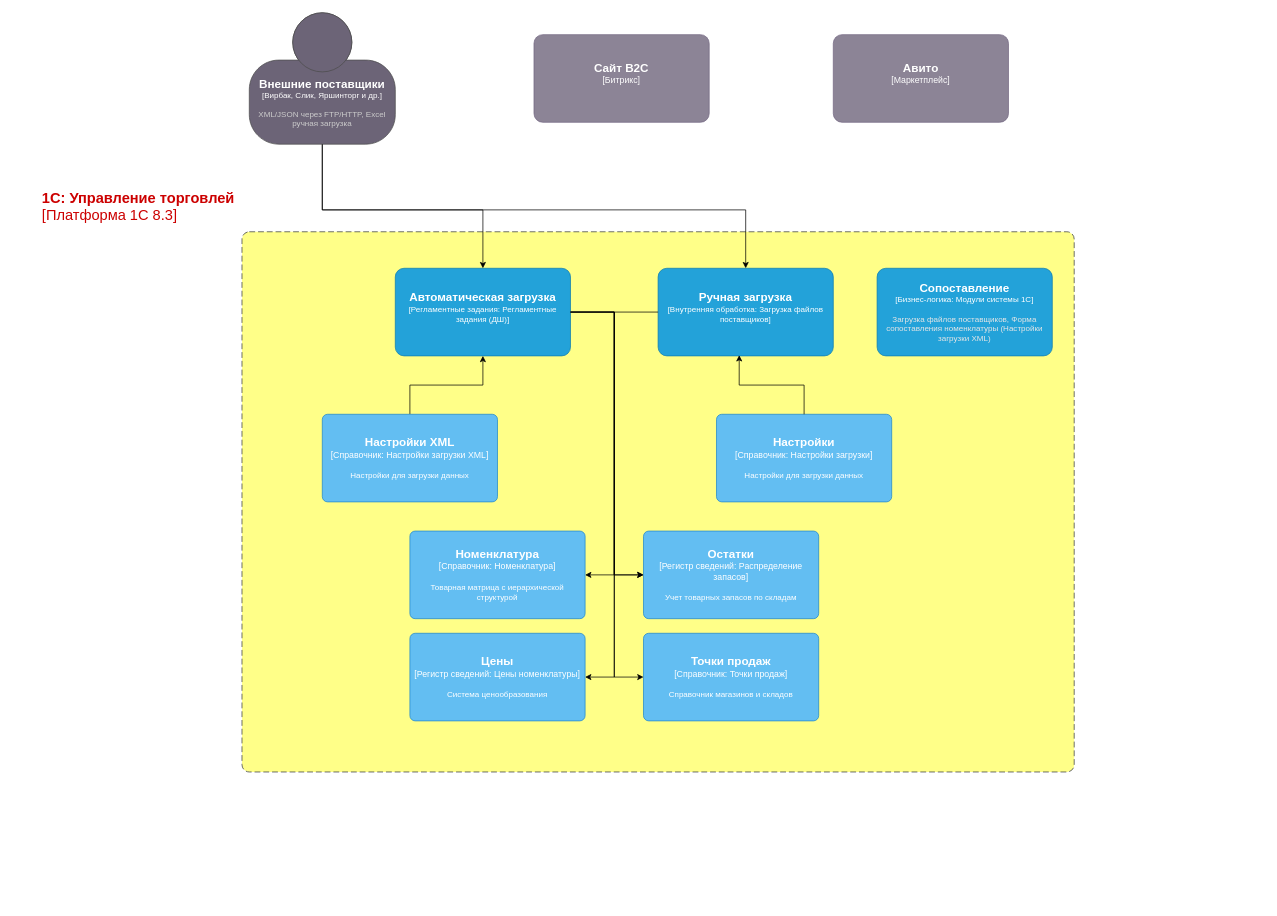
Before: Общая архитектура платформы Дон-Шина.drawio in OlegM161/dakar, a draw.io diagram. Source tidied: cells renumbered, new cells numbered last; positions are measured from the earlier drawing's top-left corner, leaving out a move shared by most shapes. Both pictures are drawn from the tidied source at 73%, with x=0, y=0 at pixel (242, 12).
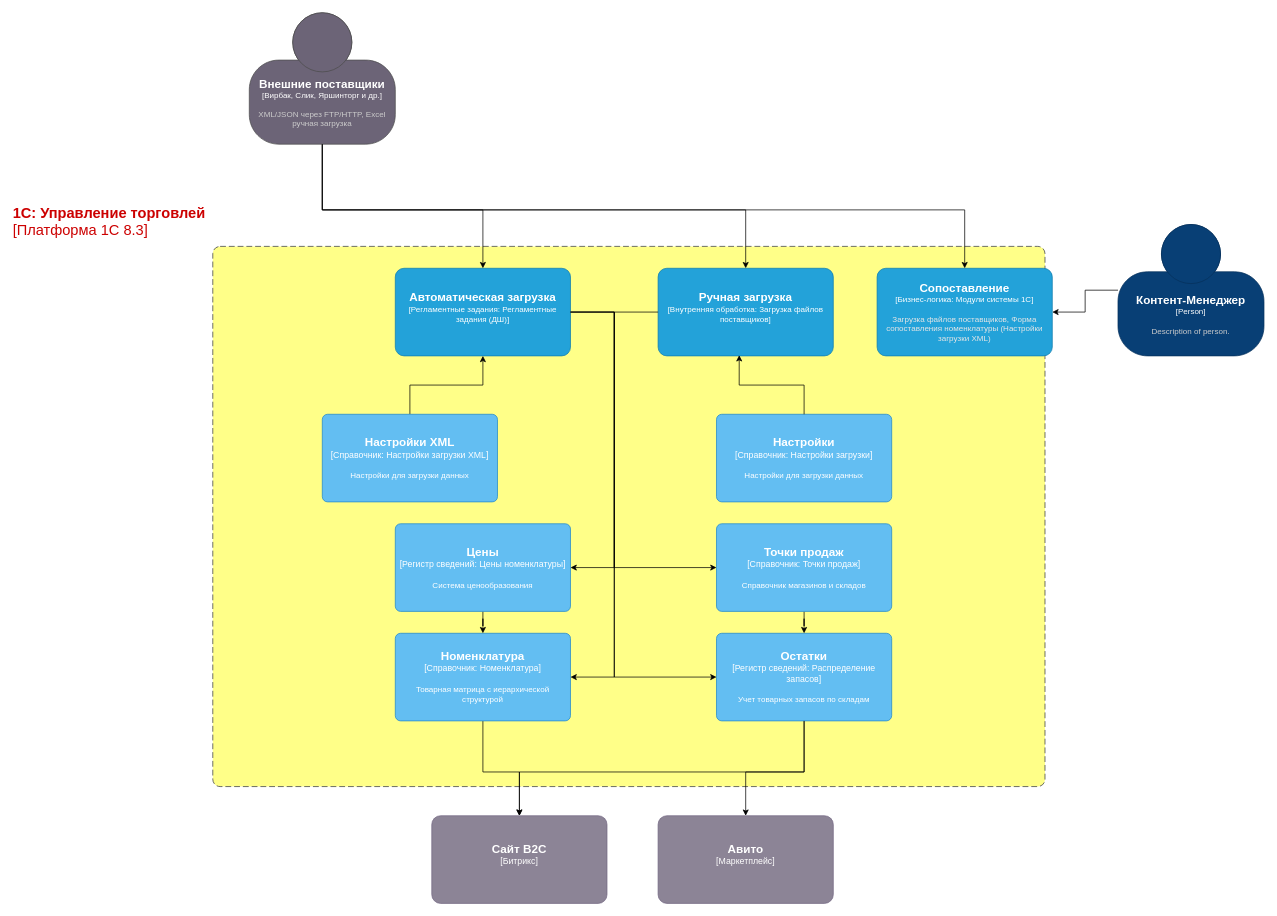
After the change.

Unchanged cells that the change refers to:
```xml
<object id="4" label="&lt;font style=&quot;font-size: 16px&quot;&gt;&lt;b&gt;%c4Name%&lt;/b&gt;&lt;/font&gt;&lt;div&gt;[%c4Type%]&lt;/div&gt;&lt;br&gt;&lt;div&gt;&lt;font style=&quot;font-size: 11px&quot;&gt;&lt;font color=&quot;#cccccc&quot;&gt;%c4Description%&lt;/font&gt;&lt;/div&gt;" c4Description="XML/JSON через FTP/HTTP, Excel ручная загрузка" c4Name="Внешние поставщики" c4Type="Вирбак, Слик, Яршинторг и др." placeholders="1">
  <mxCell style="html=1;fontSize=11;dashed=0;whiteSpace=wrap;fillColor=#6C6477;strokeColor=#4D4D4D;fontColor=#ffffff;shape=mxgraph.c4.person2;align=center;points=[[0.5,0,0],[1,0.5,0],[1,0.75,0],[0.75,1,0],[0.5,1,0],[0.25,1,0],[0,0.75,0],[0,0.5,0]];" parent="1" vertex="1">
    <mxGeometry x="10" width="200" height="180" as="geometry" />
  </mxCell>
</object>
<object id="5" label="&lt;font style=&quot;font-size: 16px&quot;&gt;&lt;b&gt;%c4Name%&lt;/b&gt;&lt;/font&gt;&lt;div&gt;[%c4Type%: %c4Technology%]&lt;/div&gt;&lt;br&gt;&lt;div&gt;&lt;font style=&quot;font-size: 11px&quot;&gt;&lt;font color=&quot;#E6E6E6&quot;&gt;%c4Description%&lt;/font&gt;&lt;/div&gt;" c4Description="" c4Name="Автоматическая загрузка" c4Technology="Регламентные задания (ДШ)" c4Type="Регламентные задания" placeholders="1">
  <mxCell style="rounded=1;whiteSpace=wrap;html=1;fontSize=11;labelBackgroundColor=none;fillColor=#23A2D9;fontColor=#ffffff;align=center;arcSize=10;strokeColor=#0E7DAD;points=[[0.25,0,0],[0.5,0,0],[0.75,0,0],[1,0.25,0],[1,0.5,0],[1,0.75,0],[0.75,1,0],[0.5,1,0],[0.25,1,0],[0,0.75,0],[0,0.5,0],[0,0.25,0]];" parent="1" vertex="1">
    <mxGeometry x="210" y="350" width="240" height="120" as="geometry" />
  </mxCell>
</object>
<object id="6" label="&lt;font style=&quot;font-size: 16px&quot;&gt;&lt;b&gt;%c4Name%&lt;/b&gt;&lt;/font&gt;&lt;div&gt;[%c4Type%: %c4Technology%]&lt;/div&gt;&lt;br&gt;&lt;div&gt;&lt;font style=&quot;font-size: 11px&quot;&gt;&lt;font color=&quot;#E6E6E6&quot;&gt;%c4Description%&lt;/font&gt;&lt;/div&gt;" c4Description="" c4Name="Ручная загрузка" c4Technology="Загрузка файлов поставщиков" c4Type="Внутренняя обработка" placeholders="1">
  <mxCell style="rounded=1;whiteSpace=wrap;html=1;fontSize=11;labelBackgroundColor=none;fillColor=#23A2D9;fontColor=#ffffff;align=center;arcSize=10;strokeColor=#0E7DAD;points=[[0.25,0,0],[0.5,0,0],[0.75,0,0],[1,0.25,0],[1,0.5,0],[1,0.75,0],[0.75,1,0],[0.5,1,0],[0.25,1,0],[0,0.75,0],[0,0.5,0],[0,0.25,0]];" parent="1" vertex="1">
    <mxGeometry x="570" y="350" width="240" height="120" as="geometry" />
  </mxCell>
</object>
<object id="9" label="&lt;font style=&quot;font-size: 16px&quot;&gt;&lt;b&gt;%c4Name%&lt;/b&gt;&lt;/font&gt;&lt;div&gt;[%c4Type%: %c4Technology%]&lt;/div&gt;&lt;br&gt;&lt;div&gt;&lt;font style=&quot;font-size: 11px&quot;&gt;&lt;font color=&quot;#E6E6E6&quot;&gt;%c4Description%&lt;/font&gt;&lt;/div&gt;" c4Description="Загрузка файлов поставщиков, Форма сопоставления номенклатуры (Настройки загрузки XML)" c4Name="Сопоставление" c4Technology="Модули системы 1С" c4Type="Бизнес-логика" placeholders="1">
  <mxCell style="rounded=1;whiteSpace=wrap;html=1;fontSize=11;labelBackgroundColor=none;fillColor=#23A2D9;fontColor=#ffffff;align=center;arcSize=10;strokeColor=#0E7DAD;points=[[0.25,0,0],[0.5,0,0],[0.75,0,0],[1,0.25,0],[1,0.5,0],[1,0.75,0],[0.75,1,0],[0.5,1,0],[0.25,1,0],[0,0.75,0],[0,0.5,0],[0,0.25,0]];" parent="1" vertex="1">
    <mxGeometry x="870" y="350" width="240" height="120" as="geometry" />
  </mxCell>
</object>
```

Change to the diagram source:
```diff
@@
     <object id="2" label="&lt;font&gt;&lt;b&gt;&lt;div style=&quot;text-align: left&quot;&gt;%c4Name%&lt;/div&gt;&lt;/b&gt;&lt;/font&gt;&lt;div style=&quot;text-align: left&quot;&gt;[%c4Application%]&lt;/div&gt;" c4Application="Платформа 1С 8.3" c4Name="1C: Управление торговлей" placeholders="1">
       <mxCell style="rounded=1;fontSize=20;whiteSpace=wrap;html=1;dashed=1;arcSize=20;fillColor=#ffff88;strokeColor=#36393d;labelBackgroundColor=none;align=right;verticalAlign=bottom;labelBorderColor=none;spacingTop=0;spacing=10;dashPattern=8 4;perimeter=rectanglePerimeter;labelPadding=0;absoluteArcSize=1;labelPosition=left;verticalLabelPosition=top;fontColor=#CC0000;" parent="1" vertex="1">
-        <mxGeometry y="300" width="1140" height="740" as="geometry" />
+        <mxGeometry x="-40" y="320" width="1140" height="740" as="geometry" />
       </mxCell>
     </object>
@@
     <object id="7" label="&lt;font style=&quot;font-size: 16px&quot;&gt;&lt;b&gt;%c4Name%&lt;/b&gt;&lt;/font&gt;&lt;div&gt;[%c4Type%]&lt;/div&gt;&lt;br&gt;&lt;div&gt;&lt;font style=&quot;font-size: 11px&quot;&gt;&lt;font color=&quot;#cccccc&quot;&gt;%c4Description%&lt;/font&gt;&lt;/div&gt;" c4Description="" c4Name="Авито" c4Type="Маркетплейс" placeholders="1">
       <mxCell style="rounded=1;whiteSpace=wrap;html=1;labelBackgroundColor=none;fillColor=#8C8496;fontColor=#ffffff;align=center;arcSize=10;strokeColor=#736782;points=[[0.25,0,0],[0.5,0,0],[0.75,0,0],[1,0.25,0],[1,0.5,0],[1,0.75,0],[0.75,1,0],[0.5,1,0],[0.25,1,0],[0,0.75,0],[0,0.5,0],[0,0.25,0]];" parent="1" vertex="1">
-        <mxGeometry x="810" y="30" width="240" height="120" as="geometry" />
+        <mxGeometry x="570" y="1100" width="240" height="120" as="geometry" />
       </mxCell>
     </object>
     <object id="8" label="&lt;font style=&quot;font-size: 16px&quot;&gt;&lt;b&gt;%c4Name%&lt;/b&gt;&lt;/font&gt;&lt;div&gt;[%c4Type%]&lt;/div&gt;&lt;br&gt;&lt;div&gt;&lt;font style=&quot;font-size: 11px&quot;&gt;&lt;font color=&quot;#cccccc&quot;&gt;%c4Description%&lt;/font&gt;&lt;/div&gt;" c4Description="" c4Name="Сайт B2C" c4Type="Битрикс" placeholders="1">
       <mxCell style="rounded=1;whiteSpace=wrap;html=1;labelBackgroundColor=none;fillColor=#8C8496;fontColor=#ffffff;align=center;arcSize=10;strokeColor=#736782;points=[[0.25,0,0],[0.5,0,0],[0.75,0,0],[1,0.25,0],[1,0.5,0],[1,0.75,0],[0.75,1,0],[0.5,1,0],[0.25,1,0],[0,0.75,0],[0,0.5,0],[0,0.25,0]];" parent="1" vertex="1">
-        <mxGeometry x="400" y="30" width="240" height="120" as="geometry" />
+        <mxGeometry x="260" y="1100" width="240" height="120" as="geometry" />
       </mxCell>
     </object>
@@
+    <mxCell id="24" style="edgeStyle=orthogonalEdgeStyle;rounded=0;jettySize=auto;html=1;" parent="1" edge="1" source="10" target="8">
+      <mxGeometry relative="1" as="geometry">
+        <Array as="points">
+          <mxPoint x="330" y="1040" />
+          <mxPoint x="380" y="1040" />
+        </Array>
+      </mxGeometry>
+    </mxCell>
     <object id="10" label="&lt;font style=&quot;font-size: 16px&quot;&gt;&lt;b&gt;%c4Name%&lt;/b&gt;&lt;/font&gt;&lt;div&gt;[%c4Type%: %c4Technology%]&lt;/div&gt;&lt;br&gt;&lt;div&gt;&lt;font style=&quot;font-size: 11px&quot;&gt;%c4Description%&lt;/font&gt;&lt;/div&gt;" c4Description="Товарная матрица с иерархической структурой" c4Name="Номенклатура" c4Technology="Номенклатура" c4Type="Справочник" placeholders="1">
       <mxCell style="rounded=1;whiteSpace=wrap;html=1;labelBackgroundColor=none;fillColor=#63BEF2;fontColor=#ffffff;align=center;arcSize=6;strokeColor=#2086C9;points=[[0.25,0,0],[0.5,0,0],[0.75,0,0],[1,0.25,0],[1,0.5,0],[1,0.75,0],[0.75,1,0],[0.5,1,0],[0.25,1,0],[0,0.75,0],[0,0.5,0],[0,0.25,0]];" parent="1" vertex="1">
-        <mxGeometry x="230" y="710" width="240" height="120" as="geometry" />
+        <mxGeometry x="210" y="850" width="240" height="120" as="geometry" />
       </mxCell>
     </object>
+    <mxCell id="25" style="edgeStyle=orthogonalEdgeStyle;rounded=0;jettySize=auto;html=1;" parent="1" edge="1" source="11" target="10">
+      <mxGeometry relative="1" as="geometry" />
+    </mxCell>
     <object id="11" label="&lt;font style=&quot;font-size: 16px&quot;&gt;&lt;b&gt;%c4Name%&lt;/b&gt;&lt;/font&gt;&lt;div&gt;[%c4Type%: %c4Technology%]&lt;/div&gt;&lt;br&gt;&lt;div&gt;&lt;font style=&quot;font-size: 11px&quot;&gt;%c4Description%&lt;/font&gt;&lt;/div&gt;" c4Description="Система ценообразования" c4Name="Цены" c4Technology="Цены номенклатуры" c4Type="Регистр сведений" placeholders="1">
       <mxCell style="rounded=1;whiteSpace=wrap;html=1;labelBackgroundColor=none;fillColor=#63BEF2;fontColor=#ffffff;align=center;arcSize=6;strokeColor=#2086C9;points=[[0.25,0,0],[0.5,0,0],[0.75,0,0],[1,0.25,0],[1,0.5,0],[1,0.75,0],[0.75,1,0],[0.5,1,0],[0.25,1,0],[0,0.75,0],[0,0.5,0],[0,0.25,0]];" parent="1" vertex="1">
-        <mxGeometry x="230" y="850" width="240" height="120" as="geometry" />
+        <mxGeometry x="210" y="700" width="240" height="120" as="geometry" />
       </mxCell>
     </object>
+    <mxCell id="26" style="edgeStyle=orthogonalEdgeStyle;rounded=0;jettySize=auto;html=1;" parent="1" edge="1" source="12" target="7">
+      <mxGeometry relative="1" as="geometry">
+        <Array as="points">
+          <mxPoint x="770" y="1040" />
+          <mxPoint x="690" y="1040" />
+        </Array>
+      </mxGeometry>
+    </mxCell>
     <object id="12" label="&lt;font style=&quot;font-size: 16px&quot;&gt;&lt;b&gt;%c4Name%&lt;/b&gt;&lt;/font&gt;&lt;div&gt;[%c4Type%: %c4Technology%]&lt;/div&gt;&lt;br&gt;&lt;div&gt;&lt;font style=&quot;font-size: 11px&quot;&gt;%c4Description%&lt;/font&gt;&lt;/div&gt;" c4Description="Учет товарных запасов по складам" c4Name="Остатки" c4Technology="Распределение запасов" c4Type="Регистр сведений" placeholders="1">
       <mxCell style="rounded=1;whiteSpace=wrap;html=1;labelBackgroundColor=none;fillColor=#63BEF2;fontColor=#ffffff;align=center;arcSize=6;strokeColor=#2086C9;points=[[0.25,0,0],[0.5,0,0],[0.75,0,0],[1,0.25,0],[1,0.5,0],[1,0.75,0],[0.75,1,0],[0.5,1,0],[0.25,1,0],[0,0.75,0],[0,0.5,0],[0,0.25,0]];" parent="1" vertex="1">
-        <mxGeometry x="550" y="710" width="240" height="120" as="geometry" />
+        <mxGeometry x="650" y="850" width="240" height="120" as="geometry" />
       </mxCell>
     </object>
+    <mxCell id="27" style="edgeStyle=orthogonalEdgeStyle;rounded=0;jettySize=auto;html=1;" parent="1" edge="1" source="13" target="12">
+      <mxGeometry relative="1" as="geometry" />
+    </mxCell>
     <object id="13" label="&lt;font style=&quot;font-size: 16px&quot;&gt;&lt;b&gt;%c4Name%&lt;/b&gt;&lt;/font&gt;&lt;div&gt;[%c4Type%: %c4Technology%]&lt;/div&gt;&lt;br&gt;&lt;div&gt;&lt;font style=&quot;font-size: 11px&quot;&gt;%c4Description%&lt;/font&gt;&lt;/div&gt;" c4Description="Cправочник магазинов и складов" c4Name="Точки продаж" c4Technology="Точки продаж" c4Type="Справочник" placeholders="1">
       <mxCell style="rounded=1;whiteSpace=wrap;html=1;labelBackgroundColor=none;fillColor=#63BEF2;fontColor=#ffffff;align=center;arcSize=6;strokeColor=#2086C9;points=[[0.25,0,0],[0.5,0,0],[0.75,0,0],[1,0.25,0],[1,0.5,0],[1,0.75,0],[0.75,1,0],[0.5,1,0],[0.25,1,0],[0,0.75,0],[0,0.5,0],[0,0.25,0]];" parent="1" vertex="1">
-        <mxGeometry x="550" y="850" width="240" height="120" as="geometry" />
+        <mxGeometry x="650" y="700" width="240" height="120" as="geometry" />
       </mxCell>
     </object>
@@
-    <mxCell id="18" style="edgeStyle=orthogonalEdgeStyle;rounded=0;jettySize=auto;html=1;entryX=1;entryY=0.5;entryDx=0;entryDy=0;entryPerimeter=0;exitX=1;exitY=0.5;exitDx=0;exitDy=0;exitPerimeter=0;" parent="1" edge="1" source="5" target="10">
-      <mxGeometry relative="1" as="geometry">
-        <Array as="points">
-          <mxPoint x="510" y="410" />
-          <mxPoint x="510" y="770" />
-        </Array>
-      </mxGeometry>
-    </mxCell>
     <mxCell id="19" style="edgeStyle=orthogonalEdgeStyle;rounded=0;jettySize=auto;html=1;entryX=1;entryY=0.5;entryDx=0;entryDy=0;entryPerimeter=0;exitX=1;exitY=0.5;exitDx=0;exitDy=0;exitPerimeter=0;" parent="1" edge="1" source="5" target="11">
       <mxGeometry relative="1" as="geometry">
         <Array as="points">
           <mxPoint x="510" y="410" />
-          <mxPoint x="510" y="910" />
+          <mxPoint x="510" y="760" />
         </Array>
       </mxGeometry>
     </mxCell>
-    <mxCell id="20" style="edgeStyle=orthogonalEdgeStyle;rounded=0;jettySize=auto;html=1;entryX=0;entryY=0.5;entryDx=0;entryDy=0;entryPerimeter=0;" parent="1" edge="1" source="5" target="12">
+    <mxCell id="20" style="edgeStyle=orthogonalEdgeStyle;rounded=0;jettySize=auto;html=1;entryX=1;entryY=0.5;entryDx=0;entryDy=0;entryPerimeter=0;" parent="1" edge="1" source="5" target="10">
       <mxGeometry relative="1" as="geometry">
         <Array as="points">
           <mxPoint x="510" y="410" />
-          <mxPoint x="510" y="770" />
+          <mxPoint x="510" y="910" />
         </Array>
       </mxGeometry>
     </mxCell>
     <mxCell id="21" style="edgeStyle=orthogonalEdgeStyle;rounded=0;jettySize=auto;html=1;entryX=0;entryY=0.5;entryDx=0;entryDy=0;entryPerimeter=0;" parent="1" edge="1" source="5" target="13">
       <mxGeometry relative="1" as="geometry">
         <Array as="points">
           <mxPoint x="510" y="410" />
-          <mxPoint x="510" y="910" />
+          <mxPoint x="510" y="760" />
         </Array>
       </mxGeometry>
     </mxCell>
     <mxCell id="22" style="edgeStyle=orthogonalEdgeStyle;rounded=0;jettySize=auto;html=1;entryX=0;entryY=0.5;entryDx=0;entryDy=0;entryPerimeter=0;exitX=0;exitY=0.5;exitDx=0;exitDy=0;exitPerimeter=0;" parent="1" edge="1" source="6" target="12">
       <mxGeometry relative="1" as="geometry">
         <Array as="points">
           <mxPoint x="510" y="410" />
-          <mxPoint x="510" y="770" />
+          <mxPoint x="510" y="910" />
         </Array>
       </mxGeometry>
     </mxCell>
@@
+    <mxCell id="28" style="edgeStyle=orthogonalEdgeStyle;rounded=0;jettySize=auto;html=1;" parent="1" edge="1" source="29" target="9">
+      <mxGeometry relative="1" as="geometry" />
+    </mxCell>
+    <object id="29" label="&lt;font style=&quot;font-size: 16px&quot;&gt;&lt;b&gt;%c4Name%&lt;/b&gt;&lt;/font&gt;&lt;div&gt;[%c4Type%]&lt;/div&gt;&lt;br&gt;&lt;div&gt;&lt;font style=&quot;font-size: 11px&quot;&gt;&lt;font color=&quot;#cccccc&quot;&gt;%c4Description%&lt;/font&gt;&lt;/div&gt;" c4Description="Description of person." c4Name="Контент-Менеджер" c4Type="Person" placeholders="1">
+      <mxCell style="html=1;fontSize=11;dashed=0;whiteSpace=wrap;fillColor=#083F75;strokeColor=#06315C;fontColor=#ffffff;shape=mxgraph.c4.person2;align=center;points=[[0.5,0,0],[1,0.5,0],[1,0.75,0],[0.75,1,0],[0.5,1,0],[0.25,1,0],[0,0.75,0],[0,0.5,0]];" parent="1" vertex="1">
+        <mxGeometry x="1200" y="290" width="200" height="180" as="geometry" />
+      </mxCell>
+    </object>
+    <mxCell id="30" style="edgeStyle=orthogonalEdgeStyle;rounded=0;jettySize=auto;html=1;entryX=0.5;entryY=0;entryDx=0;entryDy=0;entryPerimeter=0;exitX=0.5;exitY=1;exitDx=0;exitDy=0;exitPerimeter=0;" parent="1" edge="1" source="4" target="9">
+      <mxGeometry relative="1" as="geometry">
+        <Array as="points">
+          <mxPoint x="110" y="270" />
+          <mxPoint x="990" y="270" />
+        </Array>
+      </mxGeometry>
+    </mxCell>
+    <mxCell id="31" style="edgeStyle=orthogonalEdgeStyle;rounded=0;jettySize=auto;html=1;entryX=0.5;entryY=0;entryDx=0;entryDy=0;entryPerimeter=0;" parent="1" edge="1" source="12" target="8">
+      <mxGeometry relative="1" as="geometry">
+        <Array as="points">
+          <mxPoint x="770" y="1040" />
+          <mxPoint x="380" y="1040" />
+        </Array>
+      </mxGeometry>
+    </mxCell>
```
